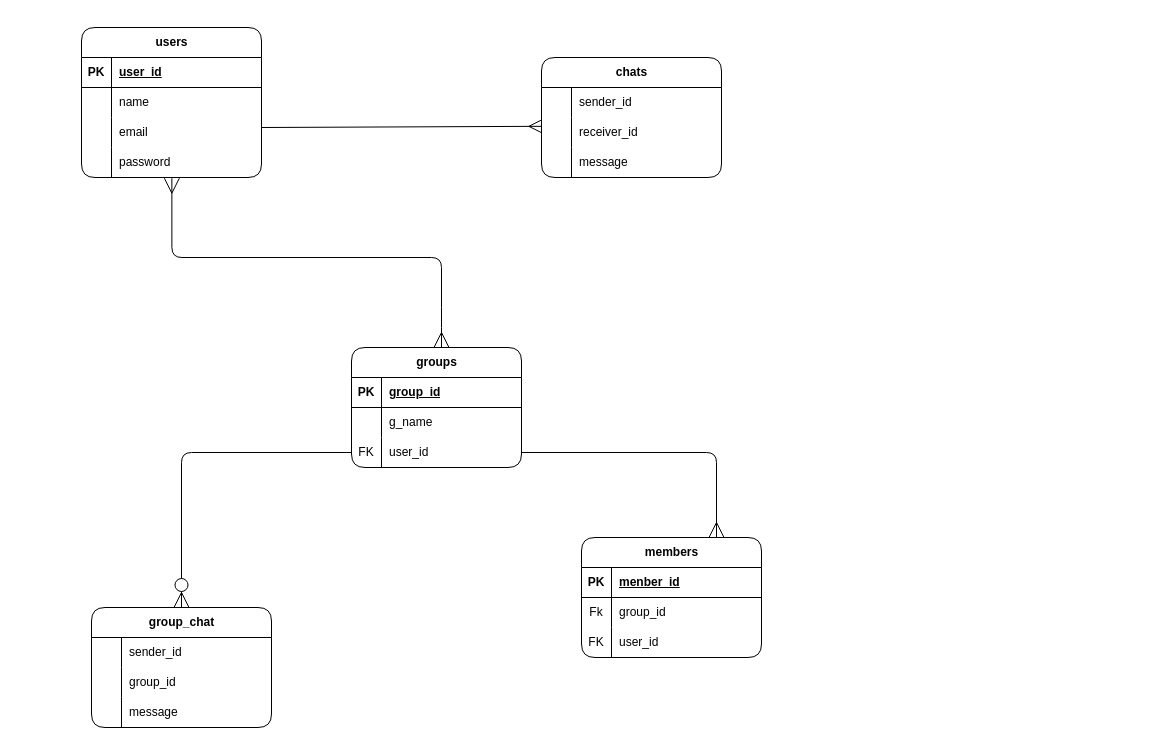
Above: page "Page-2" (2 of 3) of Er.drawio in chetan-v/check (draw.io), before the change. Source tidied: cells renumbered, new cells numbered last; positions are measured from the earlier drawing's top-left corner, leaving out a move shared by most shapes. Both pictures are drawn from the tidied source at 100%, with x=0, y=0 at pixel (81, 27).
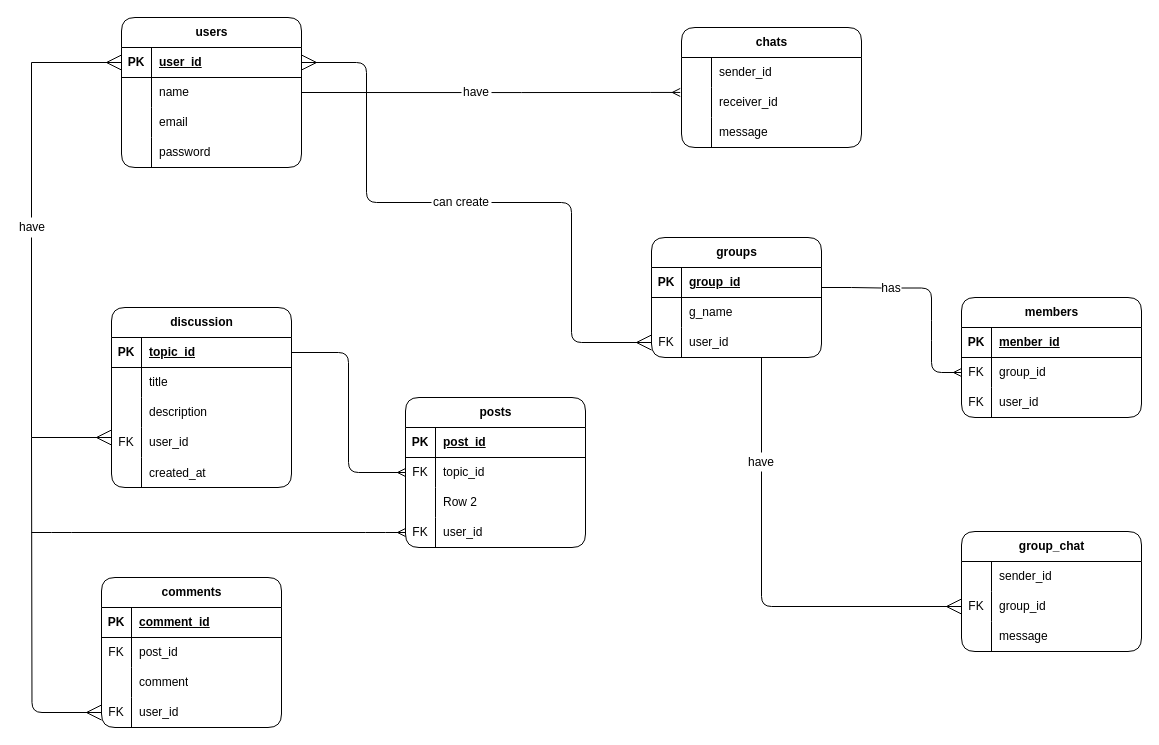
The same diagram, later.

Unchanged cells that the change refers to:
```xml
<mxCell id="3" style="shape=tableRow;horizontal=0;startSize=0;swimlaneHead=0;swimlaneBody=0;fillColor=none;points=[[0,0.5],[1,0.5]];portConstraint=eastwest;top=0;left=0;right=0;bottom=1;" parent="2" vertex="1">
  <mxGeometry y="30" width="180" height="30" as="geometry" />
</mxCell>
<mxCell id="6" style="shape=tableRow;horizontal=0;startSize=0;swimlaneHead=0;swimlaneBody=0;fillColor=none;points=[[0,0.5],[1,0.5]];portConstraint=eastwest;top=0;left=0;right=0;bottom=0;" parent="2" vertex="1">
  <mxGeometry y="60" width="180" height="30" as="geometry" />
</mxCell>
<mxCell id="12" style="shape=tableRow;horizontal=0;startSize=0;swimlaneHead=0;swimlaneBody=0;fillColor=none;points=[[0,0.5],[1,0.5]];portConstraint=eastwest;top=0;left=0;right=0;bottom=0;" parent="2" vertex="1">
  <mxGeometry y="120" width="180" height="30" as="geometry" />
</mxCell>
<mxCell id="19" style="shape=tableRow;horizontal=0;startSize=0;swimlaneHead=0;swimlaneBody=0;fillColor=none;points=[[0,0.5],[1,0.5]];portConstraint=eastwest;top=0;left=0;right=0;bottom=0;" parent="15" vertex="1">
  <mxGeometry y="60" width="180" height="30" as="geometry" />
</mxCell>
<mxCell id="30" style="shape=tableRow;horizontal=0;startSize=0;swimlaneHead=0;swimlaneBody=0;fillColor=none;points=[[0,0.5],[1,0.5]];portConstraint=eastwest;top=0;left=0;right=0;bottom=0;" parent="26" vertex="1">
  <mxGeometry y="60" width="180" height="30" as="geometry" />
</mxCell>
<mxCell id="40" style="shape=tableRow;horizontal=0;startSize=0;swimlaneHead=0;swimlaneBody=0;fillColor=none;points=[[0,0.5],[1,0.5]];portConstraint=eastwest;top=0;left=0;right=0;bottom=0;" parent="36" vertex="1">
  <mxGeometry y="60" width="180" height="30" as="geometry" />
</mxCell>
<mxCell id="53" style="shape=tableRow;horizontal=0;startSize=0;swimlaneHead=0;swimlaneBody=0;fillColor=none;points=[[0,0.5],[1,0.5]];portConstraint=eastwest;top=0;left=0;right=0;bottom=0;" parent="46" vertex="1">
  <mxGeometry y="90" width="170" height="30" as="geometry" />
</mxCell>
```

The edit, as a diff of the source:
```diff
@@
     <mxCell id="2" value="users" style="shape=table;startSize=30;childLayout=tableLayout;rowLines=0;fontStyle=1;align=center;html=1;rounded=1;" parent="1" vertex="1">
-      <mxGeometry width="180" height="150" as="geometry" />
+      <mxGeometry x="40" y="-10" width="180" height="150" as="geometry" />
     </mxCell>
@@
     <mxCell id="15" value="chats" style="shape=table;startSize=30;childLayout=tableLayout;rowLines=0;fontStyle=1;align=center;html=1;rounded=1;swimlaneLine=1;shadow=0;" parent="1" vertex="1">
-      <mxGeometry x="460" y="30" width="180" height="120" as="geometry" />
+      <mxGeometry x="600" width="180" height="120" as="geometry" />
     </mxCell>
@@
-    <mxCell id="25" style="fontSize=12;html=1;endArrow=ERmany;endFill=0;rounded=0;entryX=0.002;entryY=0.294;entryDx=0;entryDy=0;entryPerimeter=0;endSize=11;" parent="1" edge="1" target="19">
-      <mxGeometry relative="1" as="geometry">
-        <mxPoint x="180" y="100" as="sourcePoint" />
-      </mxGeometry>
-    </mxCell>
     <mxCell id="26" value="group_chat" style="shape=table;startSize=30;childLayout=tableLayout;rowLines=0;fontStyle=1;align=center;html=1;rounded=1;" parent="1" vertex="1">
-      <mxGeometry x="10" y="580" width="180" height="120" as="geometry" />
+      <mxGeometry x="880" y="504" width="180" height="120" as="geometry" />
     </mxCell>
@@
-    <mxCell id="31" style="shape=partialRectangle;fillColor=none;top=0;left=0;bottom=0;right=0;overflow=hidden;whiteSpace=wrap;html=1;" parent="30" vertex="1">
+    <mxCell id="31" value="FK" style="shape=partialRectangle;fillColor=none;top=0;left=0;bottom=0;right=0;overflow=hidden;whiteSpace=wrap;html=1;" parent="30" vertex="1">
       <mxGeometry width="30" height="30" as="geometry" />
     </mxCell>
@@
     <mxCell id="36" value="members" style="shape=table;startSize=30;childLayout=tableLayout;rowLines=0;fontStyle=1;align=center;html=1;rounded=1;" parent="1" vertex="1">
-      <mxGeometry x="500" y="510" width="180" height="120" as="geometry" />
+      <mxGeometry x="880" y="270" width="180" height="120" as="geometry" />
     </mxCell>
@@
-    <mxCell id="41" value="Fk" style="shape=partialRectangle;fillColor=none;top=0;left=0;bottom=0;right=0;overflow=hidden;whiteSpace=wrap;html=1;" parent="40" vertex="1">
+    <mxCell id="41" value="FK" style="shape=partialRectangle;fillColor=none;top=0;left=0;bottom=0;right=0;overflow=hidden;whiteSpace=wrap;html=1;" parent="40" vertex="1">
       <mxGeometry width="30" height="30" as="geometry" />
     </mxCell>
@@
     <mxCell id="46" value="groups" style="shape=table;startSize=30;childLayout=tableLayout;rowLines=0;fontStyle=1;align=center;html=1;rounded=1;" parent="1" vertex="1">
-      <mxGeometry x="270" y="320" width="170" height="120" as="geometry" />
+      <mxGeometry x="570" y="210" width="170" height="120" as="geometry" />
     </mxCell>
@@
-    <mxCell id="56" style="edgeStyle=orthogonalEdgeStyle;fontSize=12;html=1;endArrow=ERmany;rounded=1;endFill=0;exitX=0.502;exitY=1.023;exitDx=0;exitDy=0;exitPerimeter=0;endSize=13;startArrow=ERmany;startFill=0;startSize=13;" parent="1" edge="1" source="12">
-      <mxGeometry relative="1" as="geometry">
-        <mxPoint x="360" y="320" as="targetPoint" />
-        <Array as="points">
-          <mxPoint x="90" y="230" />
-          <mxPoint x="360" y="230" />
-          <mxPoint x="360" y="290" />
-          <mxPoint x="360" y="290" />
-        </Array>
-      </mxGeometry>
+    <mxCell id="56" style="edgeStyle=orthogonalEdgeStyle;fontSize=12;html=1;endArrow=ERmany;rounded=1;endFill=0;exitX=1;exitY=0.5;exitDx=0;exitDy=0;endSize=13;startArrow=none;startFill=0;startSize=13;entryX=0;entryY=0.5;entryDx=0;entryDy=0;" parent="1" edge="1" source="84" target="53">
+      <mxGeometry relative="1" as="geometry" />
     </mxCell>
-    <mxCell id="57" style="edgeStyle=orthogonalEdgeStyle;fontSize=12;html=1;endArrow=ERzeroToMany;endFill=1;entryX=0.5;entryY=0;entryDx=0;entryDy=0;rounded=1;endSize=13;exitX=0;exitY=0.5;exitDx=0;exitDy=0;" parent="1" edge="1" source="53" target="26">
+    <mxCell id="57" style="fontSize=12;html=1;endArrow=ERmany;endFill=0;entryX=0;entryY=0.5;entryDx=0;entryDy=0;rounded=1;endSize=13;edgeStyle=orthogonalEdgeStyle;" parent="1" edge="1" source="79" target="30">
       <mxGeometry relative="1" as="geometry" />
     </mxCell>
-    <mxCell id="58" style="edgeStyle=orthogonalEdgeStyle;fontSize=12;html=1;endArrow=ERmany;rounded=1;endSize=13;exitX=1;exitY=0.5;exitDx=0;exitDy=0;entryX=0.75;entryY=0;entryDx=0;entryDy=0;" parent="1" edge="1" source="53" target="36">
-      <mxGeometry relative="1" as="geometry" />
-    </mxCell>
+    <mxCell id="59" value="discussion" style="shape=table;startSize=30;childLayout=tableLayout;rowLines=0;fontStyle=1;align=center;html=1;rounded=1;" parent="1" vertex="1">
+      <mxGeometry x="30" y="280" width="180" height="180" as="geometry" />
+    </mxCell>
+    <mxCell id="60" style="shape=tableRow;horizontal=0;startSize=0;swimlaneHead=0;swimlaneBody=0;fillColor=none;points=[[0,0.5],[1,0.5]];portConstraint=eastwest;top=0;left=0;right=0;bottom=1;" parent="59" vertex="1">
+      <mxGeometry y="30" width="180" height="30" as="geometry" />
+    </mxCell>
+    <mxCell id="61" value="PK" style="shape=partialRectangle;fillColor=none;top=0;left=0;bottom=0;right=0;fontStyle=1;overflow=hidden;whiteSpace=wrap;html=1;" parent="60" vertex="1">
+      <mxGeometry width="30" height="30" as="geometry" />
+    </mxCell>
+    <mxCell id="62" value="topic_id" style="shape=partialRectangle;fillColor=none;top=0;left=0;bottom=0;right=0;align=left;spacingLeft=6;fontStyle=5;overflow=hidden;whiteSpace=wrap;html=1;" parent="60" vertex="1">
+      <mxGeometry x="30" width="150" height="30" as="geometry" />
+    </mxCell>
+    <mxCell id="63" style="shape=tableRow;horizontal=0;startSize=0;swimlaneHead=0;swimlaneBody=0;fillColor=none;top=0;left=0;right=0;bottom=0;" parent="59" vertex="1">
+      <mxGeometry y="60" width="180" height="30" as="geometry" />
+    </mxCell>
+    <mxCell id="64" style="shape=partialRectangle;fillColor=none;top=0;left=0;bottom=0;right=0;overflow=hidden;whiteSpace=wrap;html=1;" parent="63" vertex="1">
+      <mxGeometry width="30" height="30" as="geometry" />
+    </mxCell>
+    <mxCell id="65" value="title" style="shape=partialRectangle;fillColor=none;top=0;left=0;bottom=0;right=0;align=left;spacingLeft=6;overflow=hidden;whiteSpace=wrap;html=1;" parent="63" vertex="1">
+      <mxGeometry x="30" width="150" height="30" as="geometry" />
+    </mxCell>
+    <mxCell id="66" style="shape=tableRow;horizontal=0;startSize=0;swimlaneHead=0;swimlaneBody=0;fillColor=none;top=0;left=0;right=0;bottom=0;" parent="59" vertex="1">
+      <mxGeometry y="90" width="180" height="30" as="geometry" />
+    </mxCell>
+    <mxCell id="67" style="shape=partialRectangle;fillColor=none;top=0;left=0;bottom=0;right=0;overflow=hidden;whiteSpace=wrap;html=1;" parent="66" vertex="1">
+      <mxGeometry width="30" height="30" as="geometry" />
+    </mxCell>
+    <mxCell id="68" value="description" style="shape=partialRectangle;fillColor=none;top=0;left=0;bottom=0;right=0;align=left;spacingLeft=6;overflow=hidden;whiteSpace=wrap;html=1;" parent="66" vertex="1">
+      <mxGeometry x="30" width="150" height="30" as="geometry" />
+    </mxCell>
+    <mxCell id="69" style="shape=tableRow;horizontal=0;startSize=0;swimlaneHead=0;swimlaneBody=0;fillColor=none;top=0;left=0;right=0;bottom=0;" parent="59" vertex="1">
+      <mxGeometry y="120" width="180" height="30" as="geometry" />
+    </mxCell>
+    <mxCell id="70" value="FK" style="shape=partialRectangle;fillColor=none;top=0;left=0;bottom=0;right=0;overflow=hidden;whiteSpace=wrap;html=1;" parent="69" vertex="1">
+      <mxGeometry width="30" height="30" as="geometry" />
+    </mxCell>
+    <mxCell id="71" value="user_id" style="shape=partialRectangle;fillColor=none;top=0;left=0;bottom=0;right=0;align=left;spacingLeft=6;overflow=hidden;whiteSpace=wrap;html=1;" parent="69" vertex="1">
+      <mxGeometry x="30" width="150" height="30" as="geometry" />
+    </mxCell>
+    <mxCell id="72" style="shape=tableRow;horizontal=0;startSize=0;swimlaneHead=0;swimlaneBody=0;fillColor=none;top=0;left=0;right=0;bottom=0;" parent="59" vertex="1">
+      <mxGeometry y="150" width="180" height="30" as="geometry" />
+    </mxCell>
+    <mxCell id="73" style="shape=partialRectangle;fillColor=none;top=0;left=0;bottom=0;right=0;overflow=hidden;" parent="72" vertex="1">
+      <mxGeometry width="30" height="30" as="geometry" />
+    </mxCell>
+    <mxCell id="74" value="created_at" style="shape=partialRectangle;fillColor=none;top=0;left=0;bottom=0;right=0;align=left;spacingLeft=6;overflow=hidden;" parent="72" vertex="1">
+      <mxGeometry x="30" width="150" height="30" as="geometry" />
+    </mxCell>
+    <mxCell id="75" style="edgeStyle=entityRelationEdgeStyle;fontSize=12;html=1;endArrow=ERmany;rounded=1;entryX=0;entryY=0.5;entryDx=0;entryDy=0;exitX=1;exitY=0.5;exitDx=0;exitDy=0;" parent="1" edge="1" source="77" target="40">
+      <mxGeometry relative="1" as="geometry" />
+    </mxCell>
+    <mxCell id="76" style="edgeStyle=entityRelationEdgeStyle;fontSize=12;html=1;endArrow=none;rounded=0;entryX=0;entryY=0.5;entryDx=0;entryDy=0;endFill=0;" parent="1" edge="1" target="77">
+      <mxGeometry relative="1" as="geometry">
+        <mxPoint x="740" y="260" as="sourcePoint" />
+      </mxGeometry>
+    </mxCell>
+    <mxCell id="77" value="has" style="text;html=1;strokeColor=none;fillColor=none;align=center;verticalAlign=middle;whiteSpace=wrap;rounded=0;" parent="1" vertex="1">
+      <mxGeometry x="800" y="251" width="20" height="19" as="geometry" />
+    </mxCell>
+    <mxCell id="78" style="fontSize=12;html=1;endArrow=none;endFill=0;entryX=0.5;entryY=0;entryDx=0;entryDy=0;rounded=1;endSize=13;" parent="1" edge="1" target="79">
+      <mxGeometry relative="1" as="geometry">
+        <mxPoint x="680" y="330" as="sourcePoint" />
+      </mxGeometry>
+    </mxCell>
+    <mxCell id="79" value="have" style="text;html=1;strokeColor=none;fillColor=none;align=center;verticalAlign=middle;whiteSpace=wrap;rounded=0;" parent="1" vertex="1">
+      <mxGeometry x="670" y="425" width="20" height="19" as="geometry" />
+    </mxCell>
+    <mxCell id="80" style="edgeStyle=entityRelationEdgeStyle;fontSize=12;html=1;endArrow=ERmany;rounded=0;exitX=1;exitY=0.5;exitDx=0;exitDy=0;entryX=-0.007;entryY=0.165;entryDx=0;entryDy=0;entryPerimeter=0;" parent="1" edge="1" source="82" target="19">
+      <mxGeometry relative="1" as="geometry" />
+    </mxCell>
+    <mxCell id="81" style="fontSize=12;html=1;endArrow=none;rounded=0;exitX=1;exitY=0.5;exitDx=0;exitDy=0;entryX=0;entryY=0.5;entryDx=0;entryDy=0;endFill=0;" parent="1" edge="1" source="6" target="82">
+      <mxGeometry relative="1" as="geometry" />
+    </mxCell>
+    <mxCell id="82" value="have" style="text;html=1;strokeColor=none;fillColor=none;align=center;verticalAlign=middle;whiteSpace=wrap;rounded=0;" parent="1" vertex="1">
+      <mxGeometry x="380" y="57.8" width="30" height="14.5" as="geometry" />
+    </mxCell>
+    <mxCell id="83" style="edgeStyle=orthogonalEdgeStyle;fontSize=12;html=1;endArrow=none;rounded=1;endFill=0;exitX=1;exitY=0.5;exitDx=0;exitDy=0;endSize=13;startArrow=ERmany;startFill=0;startSize=13;entryX=0;entryY=0.5;entryDx=0;entryDy=0;" parent="1" edge="1" source="3" target="84">
+      <mxGeometry relative="1" as="geometry" />
+    </mxCell>
+    <mxCell id="84" value="can create" style="text;html=1;strokeColor=none;fillColor=none;align=center;verticalAlign=middle;whiteSpace=wrap;rounded=0;" parent="1" vertex="1">
+      <mxGeometry x="350" y="160" width="60" height="30" as="geometry" />
+    </mxCell>
+    <mxCell id="85" style="fontSize=12;html=1;endArrow=ERmany;startArrow=none;rounded=0;edgeStyle=orthogonalEdgeStyle;endSize=13;startSize=13;startFill=0;" parent="1" edge="1" source="113">
+      <mxGeometry relative="1" as="geometry">
+        <mxPoint x="40" y="35" as="targetPoint" />
+        <Array as="points">
+          <mxPoint x="-50" y="35" />
+        </Array>
+      </mxGeometry>
+    </mxCell>
+    <mxCell id="86" value="posts" style="shape=table;startSize=30;childLayout=tableLayout;rowLines=0;fontStyle=1;align=center;html=1;rounded=1;" parent="1" vertex="1">
+      <mxGeometry x="324" y="370" width="180" height="150" as="geometry" />
+    </mxCell>
+    <mxCell id="87" style="shape=tableRow;horizontal=0;startSize=0;swimlaneHead=0;swimlaneBody=0;fillColor=none;top=0;left=0;right=0;bottom=1;" parent="86" vertex="1">
+      <mxGeometry y="30" width="180" height="30" as="geometry" />
+    </mxCell>
+    <mxCell id="88" value="PK" style="shape=partialRectangle;fillColor=none;top=0;left=0;bottom=0;right=0;fontStyle=1;overflow=hidden;whiteSpace=wrap;html=1;" parent="87" vertex="1">
+      <mxGeometry width="30" height="30" as="geometry" />
+    </mxCell>
+    <mxCell id="89" value="post_id" style="shape=partialRectangle;fillColor=none;top=0;left=0;bottom=0;right=0;align=left;spacingLeft=6;fontStyle=5;overflow=hidden;whiteSpace=wrap;html=1;" parent="87" vertex="1">
+      <mxGeometry x="30" width="150" height="30" as="geometry" />
+    </mxCell>
+    <mxCell id="90" style="shape=tableRow;horizontal=0;startSize=0;swimlaneHead=0;swimlaneBody=0;fillColor=none;points=[[0,0.5],[1,0.5]];portConstraint=eastwest;top=0;left=0;right=0;bottom=0;" parent="86" vertex="1">
+      <mxGeometry y="60" width="180" height="30" as="geometry" />
+    </mxCell>
+    <mxCell id="91" value="FK" style="shape=partialRectangle;fillColor=none;top=0;left=0;bottom=0;right=0;overflow=hidden;whiteSpace=wrap;html=1;" parent="90" vertex="1">
+      <mxGeometry width="30" height="30" as="geometry" />
+    </mxCell>
+    <mxCell id="92" value="topic_id" style="shape=partialRectangle;fillColor=none;top=0;left=0;bottom=0;right=0;align=left;spacingLeft=6;overflow=hidden;whiteSpace=wrap;html=1;" parent="90" vertex="1">
+      <mxGeometry x="30" width="150" height="30" as="geometry" />
+    </mxCell>
+    <mxCell id="93" style="shape=tableRow;horizontal=0;startSize=0;swimlaneHead=0;swimlaneBody=0;fillColor=none;top=0;left=0;right=0;bottom=0;" parent="86" vertex="1">
+      <mxGeometry y="90" width="180" height="30" as="geometry" />
+    </mxCell>
+    <mxCell id="94" style="shape=partialRectangle;fillColor=none;top=0;left=0;bottom=0;right=0;overflow=hidden;whiteSpace=wrap;html=1;" parent="93" vertex="1">
+      <mxGeometry width="30" height="30" as="geometry" />
+    </mxCell>
+    <mxCell id="95" value="Row 2" style="shape=partialRectangle;fillColor=none;top=0;left=0;bottom=0;right=0;align=left;spacingLeft=6;overflow=hidden;whiteSpace=wrap;html=1;" parent="93" vertex="1">
+      <mxGeometry x="30" width="150" height="30" as="geometry" />
+    </mxCell>
+    <mxCell id="96" style="shape=tableRow;horizontal=0;startSize=0;swimlaneHead=0;swimlaneBody=0;fillColor=none;points=[[0,0.5],[1,0.5]];portConstraint=eastwest;top=0;left=0;right=0;bottom=0;" parent="86" vertex="1">
+      <mxGeometry y="120" width="180" height="30" as="geometry" />
+    </mxCell>
+    <mxCell id="97" value="FK" style="shape=partialRectangle;fillColor=none;top=0;left=0;bottom=0;right=0;overflow=hidden;whiteSpace=wrap;html=1;" parent="96" vertex="1">
+      <mxGeometry width="30" height="30" as="geometry" />
+    </mxCell>
+    <mxCell id="98" value="user_id" style="shape=partialRectangle;fillColor=none;top=0;left=0;bottom=0;right=0;align=left;spacingLeft=6;overflow=hidden;whiteSpace=wrap;html=1;" parent="96" vertex="1">
+      <mxGeometry x="30" width="150" height="30" as="geometry" />
+    </mxCell>
+    <mxCell id="99" value="comments" style="shape=table;startSize=30;childLayout=tableLayout;rowLines=0;fontStyle=1;align=center;html=1;rounded=1;" parent="1" vertex="1">
+      <mxGeometry x="20" y="550" width="180" height="150" as="geometry" />
+    </mxCell>
+    <mxCell id="100" style="shape=tableRow;horizontal=0;startSize=0;swimlaneHead=0;swimlaneBody=0;fillColor=none;top=0;left=0;right=0;bottom=1;" parent="99" vertex="1">
+      <mxGeometry y="30" width="180" height="30" as="geometry" />
+    </mxCell>
+    <mxCell id="101" value="PK" style="shape=partialRectangle;fillColor=none;top=0;left=0;bottom=0;right=0;fontStyle=1;overflow=hidden;whiteSpace=wrap;html=1;" parent="100" vertex="1">
+      <mxGeometry width="30" height="30" as="geometry" />
+    </mxCell>
+    <mxCell id="102" value="comment_id" style="shape=partialRectangle;fillColor=none;top=0;left=0;bottom=0;right=0;align=left;spacingLeft=6;fontStyle=5;overflow=hidden;whiteSpace=wrap;html=1;" parent="100" vertex="1">
+      <mxGeometry x="30" width="150" height="30" as="geometry" />
+    </mxCell>
+    <mxCell id="103" style="shape=tableRow;horizontal=0;startSize=0;swimlaneHead=0;swimlaneBody=0;fillColor=none;top=0;left=0;right=0;bottom=0;" parent="99" vertex="1">
+      <mxGeometry y="60" width="180" height="30" as="geometry" />
+    </mxCell>
+    <mxCell id="104" value="FK" style="shape=partialRectangle;fillColor=none;top=0;left=0;bottom=0;right=0;overflow=hidden;whiteSpace=wrap;html=1;" parent="103" vertex="1">
+      <mxGeometry width="30" height="30" as="geometry" />
+    </mxCell>
+    <mxCell id="105" value="post_id" style="shape=partialRectangle;fillColor=none;top=0;left=0;bottom=0;right=0;align=left;spacingLeft=6;overflow=hidden;whiteSpace=wrap;html=1;" parent="103" vertex="1">
+      <mxGeometry x="30" width="150" height="30" as="geometry" />
+    </mxCell>
+    <mxCell id="106" style="shape=tableRow;horizontal=0;startSize=0;swimlaneHead=0;swimlaneBody=0;fillColor=none;top=0;left=0;right=0;bottom=0;" parent="99" vertex="1">
+      <mxGeometry y="90" width="180" height="30" as="geometry" />
+    </mxCell>
+    <mxCell id="107" style="shape=partialRectangle;fillColor=none;top=0;left=0;bottom=0;right=0;overflow=hidden;whiteSpace=wrap;html=1;" parent="106" vertex="1">
+      <mxGeometry width="30" height="30" as="geometry" />
+    </mxCell>
+    <mxCell id="108" value="comment" style="shape=partialRectangle;fillColor=none;top=0;left=0;bottom=0;right=0;align=left;spacingLeft=6;overflow=hidden;whiteSpace=wrap;html=1;" parent="106" vertex="1">
+      <mxGeometry x="30" width="150" height="30" as="geometry" />
+    </mxCell>
+    <mxCell id="109" style="shape=tableRow;horizontal=0;startSize=0;swimlaneHead=0;swimlaneBody=0;fillColor=none;points=[[0,0.5],[1,0.5]];portConstraint=eastwest;top=0;left=0;right=0;bottom=0;" parent="99" vertex="1">
+      <mxGeometry y="120" width="180" height="30" as="geometry" />
+    </mxCell>
+    <mxCell id="110" value="FK" style="shape=partialRectangle;fillColor=none;top=0;left=0;bottom=0;right=0;overflow=hidden;whiteSpace=wrap;html=1;" parent="109" vertex="1">
+      <mxGeometry width="30" height="30" as="geometry" />
+    </mxCell>
+    <mxCell id="111" value="user_id" style="shape=partialRectangle;fillColor=none;top=0;left=0;bottom=0;right=0;align=left;spacingLeft=6;overflow=hidden;whiteSpace=wrap;html=1;" parent="109" vertex="1">
+      <mxGeometry x="30" width="150" height="30" as="geometry" />
+    </mxCell>
+    <mxCell id="112" style="fontSize=12;html=1;endArrow=none;startArrow=ERmany;rounded=0;edgeStyle=orthogonalEdgeStyle;endSize=13;startSize=13;endFill=0;" parent="1" edge="1" target="113">
+      <mxGeometry relative="1" as="geometry">
+        <mxPoint x="30" y="410" as="sourcePoint" />
+        <Array as="points">
+          <mxPoint x="-50" y="410" />
+        </Array>
+      </mxGeometry>
+    </mxCell>
+    <mxCell id="113" value="have" style="text;html=1;strokeColor=none;fillColor=none;align=center;verticalAlign=middle;whiteSpace=wrap;rounded=0;" parent="1" vertex="1">
+      <mxGeometry x="-50" y="190" height="20" as="geometry" />
+    </mxCell>
+    <mxCell id="114" style="edgeStyle=orthogonalEdgeStyle;rounded=0;orthogonalLoop=1;jettySize=auto;html=1;exitX=0.5;exitY=1;exitDx=0;exitDy=0;" parent="1" edge="1" source="113" target="113">
+      <mxGeometry relative="1" as="geometry" />
+    </mxCell>
+    <mxCell id="115" style="fontSize=12;html=1;endArrow=ERmany;rounded=1;entryX=0;entryY=0.5;entryDx=0;entryDy=0;edgeStyle=orthogonalEdgeStyle;endSize=13;" parent="1" edge="1" target="109">
+      <mxGeometry relative="1" as="geometry">
+        <mxPoint x="-50" y="410" as="sourcePoint" />
+      </mxGeometry>
+    </mxCell>
+    <mxCell id="116" style="edgeStyle=entityRelationEdgeStyle;fontSize=12;html=1;endArrow=ERmany;rounded=1;entryX=0;entryY=0.5;entryDx=0;entryDy=0;" parent="1" edge="1" target="96">
+      <mxGeometry relative="1" as="geometry">
+        <mxPoint x="-50" y="505" as="sourcePoint" />
+      </mxGeometry>
+    </mxCell>
+    <mxCell id="117" style="edgeStyle=orthogonalEdgeStyle;fontSize=12;html=1;endArrow=ERmany;rounded=1;exitX=1;exitY=0.5;exitDx=0;exitDy=0;entryX=0;entryY=0.5;entryDx=0;entryDy=0;" parent="1" edge="1" source="60" target="90">
+      <mxGeometry relative="1" as="geometry" />
+    </mxCell>
```
